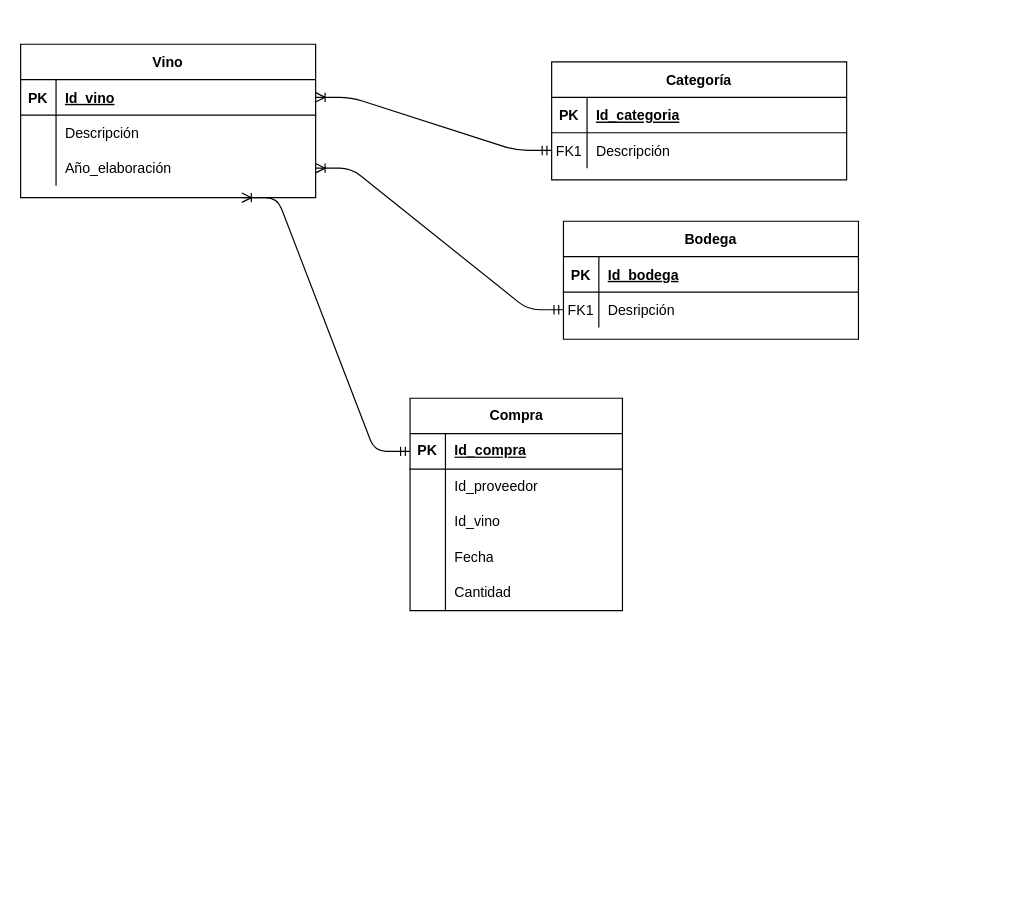
SamYuyita/Un-vino-ahora-gps keeps this draw.io diagram as Diagrama sin título.drawio. Above is the earlier version. Source tidied: cells renumbered, new cells numbered last; positions are measured from the earlier drawing's top-left corner, leaving out a move shared by most shapes. Both pictures are drawn from the tidied source at 118%, with x=0, y=0 at pixel (20, 44).
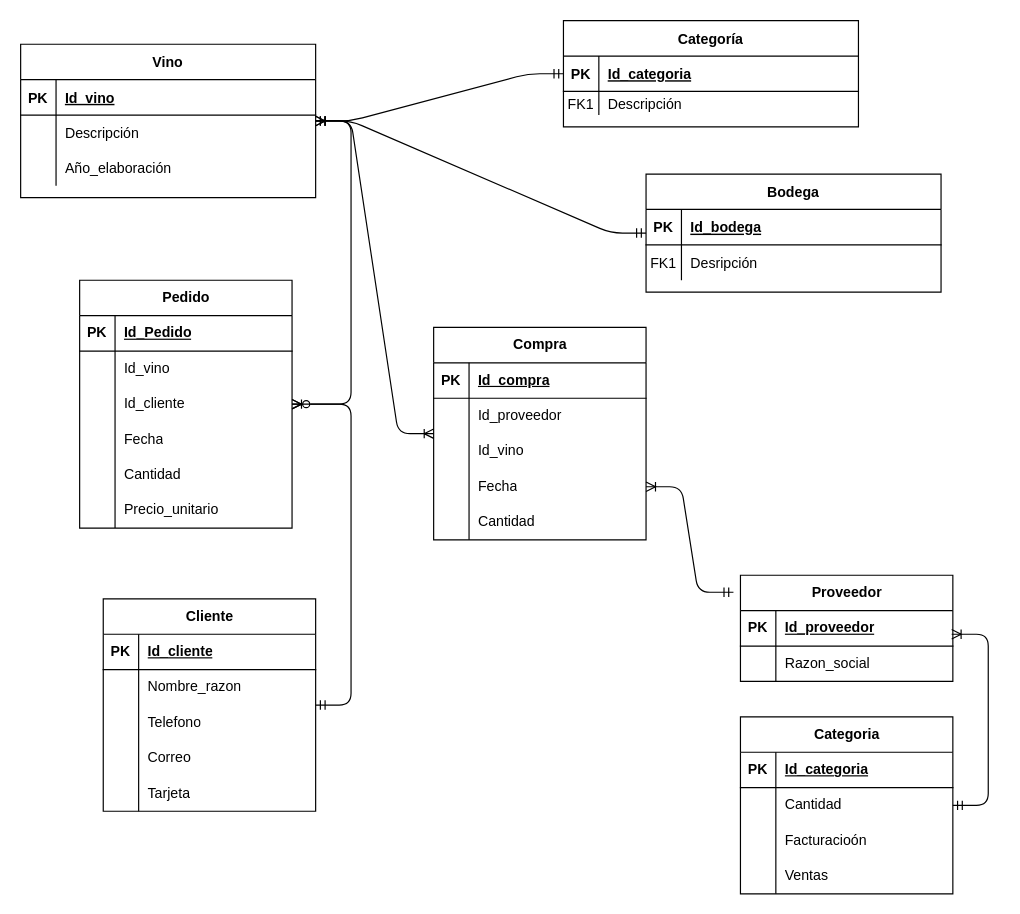
The same diagram, later.

Unchanged cells that the change refers to:
```xml
<mxCell id="15" style="shape=partialRectangle;fillColor=none;points=[[0,0.5],[1,0.5]];portConstraint=eastwest;top=0;left=0;right=0;bottom=0;" parent="11" vertex="1">
  <mxGeometry y="60" width="250" height="30" as="geometry" />
</mxCell>
<mxCell id="18" value="Vino" style="shape=table;startSize=30;childLayout=tableLayout;rowLines=0;fontStyle=1;align=center;" parent="1" vertex="1">
  <mxGeometry width="250" height="130" as="geometry" />
</mxCell>
<mxCell id="19" style="shape=partialRectangle;fillColor=none;points=[[0,0.5],[1,0.5]];portConstraint=eastwest;top=0;left=0;right=0;bottom=1;" parent="18" vertex="1">
  <mxGeometry y="30" width="250" height="30" as="geometry" />
</mxCell>
<mxCell id="25" style="shape=partialRectangle;fillColor=none;points=[[0,0.5],[1,0.5]];portConstraint=eastwest;top=0;left=0;right=0;bottom=0;" parent="18" vertex="1">
  <mxGeometry y="90" width="250" height="30" as="geometry" />
</mxCell>
<mxCell id="29" style="shape=tableRow;horizontal=0;startSize=0;swimlaneHead=0;swimlaneBody=0;fillColor=none;points=[[0,0.5],[1,0.5]];portConstraint=eastwest;top=0;left=0;right=0;bottom=1;" parent="28" vertex="1">
  <mxGeometry y="30" width="180" height="30" as="geometry" />
</mxCell>
<mxCell id="38" style="shape=tableRow;horizontal=0;startSize=0;swimlaneHead=0;swimlaneBody=0;fillColor=none;points=[[0,0.5],[1,0.5]];portConstraint=eastwest;top=0;left=0;right=0;bottom=0;" parent="28" vertex="1">
  <mxGeometry y="120" width="180" height="30" as="geometry" />
</mxCell>
```

What changed in the source:
```diff
@@
-    <mxCell id="2" style="edgeStyle=entityRelationEdgeStyle;endArrow=ERmandOne;startArrow=ERoneToMany;endFill=0;startFill=0;" parent="1" edge="1" source="19" target="8">
+    <mxCell id="2" style="edgeStyle=entityRelationEdgeStyle;endArrow=ERmandOne;startArrow=ERoneToMany;endFill=0;startFill=0;" parent="1" edge="1" source="18" target="4">
       <mxGeometry relative="1" as="geometry" />
     </mxCell>
-    <mxCell id="3" style="edgeStyle=entityRelationEdgeStyle;endArrow=ERmandOne;startArrow=ERoneToMany;endFill=0;startFill=0;exitX=1;exitY=0.5;exitDx=0;exitDy=0;" parent="1" edge="1" source="25" target="15">
+    <mxCell id="3" style="edgeStyle=entityRelationEdgeStyle;endArrow=ERmandOne;startArrow=ERoneToMany;endFill=0;startFill=0;" parent="1" edge="1" source="18" target="11">
       <mxGeometry relative="1" as="geometry">
         <Array as="points">
           <mxPoint x="370" y="190" />
         </Array>
       </mxGeometry>
     </mxCell>
     <mxCell id="4" value="Categoría" style="shape=table;startSize=30;childLayout=tableLayout;rowLines=0;fontStyle=1;align=center;" parent="1" vertex="1">
-      <mxGeometry x="450" y="15" width="250" height="100" as="geometry" />
+      <mxGeometry x="460" y="-20" width="250" height="90" as="geometry" />
     </mxCell>
@@
     <mxCell id="8" style="shape=partialRectangle;fillColor=none;points=[[0,0.5],[1,0.5]];portConstraint=eastwest;top=0;left=0;right=0;bottom=0;" parent="4" vertex="1">
-      <mxGeometry y="60" width="250" height="30" as="geometry" />
+      <mxGeometry y="60" width="250" height="20" as="geometry" />
     </mxCell>
     <mxCell id="9" value="FK1" style="shape=partialRectangle;overflow=hidden;fillColor=none;top=0;left=0;bottom=0;right=0;" parent="8" vertex="1">
-      <mxGeometry width="30" height="30" as="geometry" />
+      <mxGeometry width="30" height="20" as="geometry" />
     </mxCell>
     <mxCell id="10" value="Descripción" style="shape=partialRectangle;overflow=hidden;fillColor=none;top=0;left=0;bottom=0;right=0;align=left;spacingLeft=6;" parent="8" vertex="1">
-      <mxGeometry x="30" width="220" height="30" as="geometry" />
+      <mxGeometry x="30" width="220" height="20" as="geometry" />
     </mxCell>
     <mxCell id="11" value="Bodega" style="shape=table;startSize=30;childLayout=tableLayout;rowLines=0;fontStyle=1;align=center;" parent="1" vertex="1">
-      <mxGeometry x="460" y="150" width="250" height="100" as="geometry" />
+      <mxGeometry x="530" y="110" width="250" height="100" as="geometry" />
     </mxCell>
@@
     <mxCell id="28" value="Compra" style="shape=table;startSize=30;childLayout=tableLayout;rowLines=0;fontStyle=1;align=center;html=1;" parent="1" vertex="1">
-      <mxGeometry x="330" y="300" width="180" height="180" as="geometry" />
+      <mxGeometry x="350" y="240" width="180" height="180" as="geometry" />
     </mxCell>
@@
-    <mxCell id="44" style="edgeStyle=entityRelationEdgeStyle;endArrow=ERmandOne;startArrow=ERoneToMany;endFill=0;startFill=0;exitX=0.75;exitY=1;exitDx=0;exitDy=0;entryX=0;entryY=0.5;entryDx=0;entryDy=0;" parent="1" edge="1" source="18" target="29">
+    <mxCell id="44" style="edgeStyle=entityRelationEdgeStyle;endArrow=ERoneToMany;startArrow=ERmandOne;endFill=0;startFill=0;" parent="1" edge="1" source="18" target="28">
       <mxGeometry relative="1" as="geometry">
         <Array as="points">
+          <mxPoint x="180" y="210" />
+          <mxPoint x="200" y="170" />
           <mxPoint x="380" y="200" />
           <mxPoint x="350" y="280" />
         </Array>
       </mxGeometry>
     </mxCell>
+    <mxCell id="45" value="Proveedor" style="shape=table;startSize=30;childLayout=tableLayout;rowLines=0;fontStyle=1;align=center;html=1;" parent="1" vertex="1">
+      <mxGeometry x="610" y="450" width="180" height="90" as="geometry" />
+    </mxCell>
+    <mxCell id="46" style="shape=tableRow;horizontal=0;startSize=0;swimlaneHead=0;swimlaneBody=0;fillColor=none;top=0;left=0;right=0;bottom=1;" parent="45" vertex="1">
+      <mxGeometry y="30" width="180" height="30" as="geometry" />
+    </mxCell>
+    <mxCell id="47" value="PK" style="shape=partialRectangle;fillColor=none;top=0;left=0;bottom=0;right=0;fontStyle=1;overflow=hidden;whiteSpace=wrap;html=1;" parent="46" vertex="1">
+      <mxGeometry width="30" height="30" as="geometry" />
+    </mxCell>
+    <mxCell id="48" value="Id_proveedor" style="shape=partialRectangle;fillColor=none;top=0;left=0;bottom=0;right=0;align=left;spacingLeft=6;fontStyle=5;overflow=hidden;whiteSpace=wrap;html=1;" parent="46" vertex="1">
+      <mxGeometry x="30" width="150" height="30" as="geometry" />
+    </mxCell>
+    <mxCell id="49" style="shape=tableRow;horizontal=0;startSize=0;swimlaneHead=0;swimlaneBody=0;fillColor=none;top=0;left=0;right=0;bottom=0;" parent="45" vertex="1">
+      <mxGeometry y="60" width="180" height="30" as="geometry" />
+    </mxCell>
+    <mxCell id="50" style="shape=partialRectangle;fillColor=none;top=0;left=0;bottom=0;right=0;overflow=hidden;whiteSpace=wrap;html=1;" parent="49" vertex="1">
+      <mxGeometry width="30" height="30" as="geometry" />
+    </mxCell>
+    <mxCell id="51" value="Razon_social" style="shape=partialRectangle;fillColor=none;top=0;left=0;bottom=0;right=0;align=left;spacingLeft=6;overflow=hidden;whiteSpace=wrap;html=1;" parent="49" vertex="1">
+      <mxGeometry x="30" width="150" height="30" as="geometry" />
+    </mxCell>
+    <mxCell id="52" value="Categoria" style="shape=table;startSize=30;childLayout=tableLayout;rowLines=0;fontStyle=1;align=center;html=1;" parent="1" vertex="1">
+      <mxGeometry x="610" y="570" width="180" height="150" as="geometry" />
+    </mxCell>
+    <mxCell id="53" style="shape=tableRow;horizontal=0;startSize=0;swimlaneHead=0;swimlaneBody=0;fillColor=none;top=0;left=0;right=0;bottom=1;" parent="52" vertex="1">
+      <mxGeometry y="30" width="180" height="30" as="geometry" />
+    </mxCell>
+    <mxCell id="54" value="PK" style="shape=partialRectangle;fillColor=none;top=0;left=0;bottom=0;right=0;fontStyle=1;overflow=hidden;whiteSpace=wrap;html=1;" parent="53" vertex="1">
+      <mxGeometry width="30" height="30" as="geometry" />
+    </mxCell>
+    <mxCell id="55" value="Id_categoria" style="shape=partialRectangle;fillColor=none;top=0;left=0;bottom=0;right=0;align=left;spacingLeft=6;fontStyle=5;overflow=hidden;whiteSpace=wrap;html=1;" parent="53" vertex="1">
+      <mxGeometry x="30" width="150" height="30" as="geometry" />
+    </mxCell>
+    <mxCell id="56" style="shape=tableRow;horizontal=0;startSize=0;swimlaneHead=0;swimlaneBody=0;fillColor=none;top=0;left=0;right=0;bottom=0;" parent="52" vertex="1">
+      <mxGeometry y="60" width="180" height="30" as="geometry" />
+    </mxCell>
+    <mxCell id="57" style="shape=partialRectangle;fillColor=none;top=0;left=0;bottom=0;right=0;overflow=hidden;whiteSpace=wrap;html=1;" parent="56" vertex="1">
+      <mxGeometry width="30" height="30" as="geometry" />
+    </mxCell>
+    <mxCell id="58" value="Cantidad" style="shape=partialRectangle;fillColor=none;top=0;left=0;bottom=0;right=0;align=left;spacingLeft=6;overflow=hidden;whiteSpace=wrap;html=1;" parent="56" vertex="1">
+      <mxGeometry x="30" width="150" height="30" as="geometry" />
+    </mxCell>
+    <mxCell id="59" style="shape=tableRow;horizontal=0;startSize=0;swimlaneHead=0;swimlaneBody=0;fillColor=none;top=0;left=0;right=0;bottom=0;" parent="52" vertex="1">
+      <mxGeometry y="90" width="180" height="30" as="geometry" />
+    </mxCell>
+    <mxCell id="60" style="shape=partialRectangle;fillColor=none;top=0;left=0;bottom=0;right=0;overflow=hidden;whiteSpace=wrap;html=1;" parent="59" vertex="1">
+      <mxGeometry width="30" height="30" as="geometry" />
+    </mxCell>
+    <mxCell id="61" value="Facturacioón" style="shape=partialRectangle;fillColor=none;top=0;left=0;bottom=0;right=0;align=left;spacingLeft=6;overflow=hidden;whiteSpace=wrap;html=1;" parent="59" vertex="1">
+      <mxGeometry x="30" width="150" height="30" as="geometry" />
+    </mxCell>
+    <mxCell id="62" style="shape=tableRow;horizontal=0;startSize=0;swimlaneHead=0;swimlaneBody=0;fillColor=none;top=0;left=0;right=0;bottom=0;" parent="52" vertex="1">
+      <mxGeometry y="120" width="180" height="30" as="geometry" />
+    </mxCell>
+    <mxCell id="63" style="shape=partialRectangle;fillColor=none;top=0;left=0;bottom=0;right=0;overflow=hidden;whiteSpace=wrap;html=1;" parent="62" vertex="1">
+      <mxGeometry width="30" height="30" as="geometry" />
+    </mxCell>
+    <mxCell id="64" value="Ventas" style="shape=partialRectangle;fillColor=none;top=0;left=0;bottom=0;right=0;align=left;spacingLeft=6;overflow=hidden;whiteSpace=wrap;html=1;" parent="62" vertex="1">
+      <mxGeometry x="30" width="150" height="30" as="geometry" />
+    </mxCell>
+    <mxCell id="65" value="Pedido" style="shape=table;startSize=30;childLayout=tableLayout;rowLines=0;fontStyle=1;align=center;html=1;" parent="1" vertex="1">
+      <mxGeometry x="50" y="200" width="180" height="210" as="geometry" />
+    </mxCell>
+    <mxCell id="66" style="shape=tableRow;horizontal=0;startSize=0;swimlaneHead=0;swimlaneBody=0;fillColor=none;top=0;left=0;right=0;bottom=1;" parent="65" vertex="1">
+      <mxGeometry y="30" width="180" height="30" as="geometry" />
+    </mxCell>
+    <mxCell id="67" value="PK" style="shape=partialRectangle;fillColor=none;top=0;left=0;bottom=0;right=0;fontStyle=1;overflow=hidden;whiteSpace=wrap;html=1;" parent="66" vertex="1">
+      <mxGeometry width="30" height="30" as="geometry" />
+    </mxCell>
+    <mxCell id="68" value="Id_Pedido" style="shape=partialRectangle;fillColor=none;top=0;left=0;bottom=0;right=0;align=left;spacingLeft=6;fontStyle=5;overflow=hidden;whiteSpace=wrap;html=1;" parent="66" vertex="1">
+      <mxGeometry x="30" width="150" height="30" as="geometry" />
+    </mxCell>
+    <mxCell id="69" style="shape=tableRow;horizontal=0;startSize=0;swimlaneHead=0;swimlaneBody=0;fillColor=none;top=0;left=0;right=0;bottom=0;" parent="65" vertex="1">
+      <mxGeometry y="60" width="180" height="30" as="geometry" />
+    </mxCell>
+    <mxCell id="70" style="shape=partialRectangle;fillColor=none;top=0;left=0;bottom=0;right=0;overflow=hidden;whiteSpace=wrap;html=1;" parent="69" vertex="1">
+      <mxGeometry width="30" height="30" as="geometry" />
+    </mxCell>
+    <mxCell id="71" value="Id_vino" style="shape=partialRectangle;fillColor=none;top=0;left=0;bottom=0;right=0;align=left;spacingLeft=6;overflow=hidden;whiteSpace=wrap;html=1;" parent="69" vertex="1">
+      <mxGeometry x="30" width="150" height="30" as="geometry" />
+    </mxCell>
+    <mxCell id="72" style="shape=tableRow;horizontal=0;startSize=0;swimlaneHead=0;swimlaneBody=0;fillColor=none;top=0;left=0;right=0;bottom=0;" parent="65" vertex="1">
+      <mxGeometry y="90" width="180" height="30" as="geometry" />
+    </mxCell>
+    <mxCell id="73" style="shape=partialRectangle;fillColor=none;top=0;left=0;bottom=0;right=0;overflow=hidden;whiteSpace=wrap;html=1;" parent="72" vertex="1">
+      <mxGeometry width="30" height="30" as="geometry" />
+    </mxCell>
+    <mxCell id="74" value="Id_cliente" style="shape=partialRectangle;fillColor=none;top=0;left=0;bottom=0;right=0;align=left;spacingLeft=6;overflow=hidden;whiteSpace=wrap;html=1;" parent="72" vertex="1">
+      <mxGeometry x="30" width="150" height="30" as="geometry" />
+    </mxCell>
+    <mxCell id="75" style="shape=tableRow;horizontal=0;startSize=0;swimlaneHead=0;swimlaneBody=0;fillColor=none;top=0;left=0;right=0;bottom=0;" parent="65" vertex="1">
+      <mxGeometry y="120" width="180" height="30" as="geometry" />
+    </mxCell>
+    <mxCell id="76" style="shape=partialRectangle;fillColor=none;top=0;left=0;bottom=0;right=0;overflow=hidden;whiteSpace=wrap;html=1;" parent="75" vertex="1">
+      <mxGeometry width="30" height="30" as="geometry" />
+    </mxCell>
+    <mxCell id="77" value="Fecha" style="shape=partialRectangle;fillColor=none;top=0;left=0;bottom=0;right=0;align=left;spacingLeft=6;overflow=hidden;whiteSpace=wrap;html=1;" parent="75" vertex="1">
+      <mxGeometry x="30" width="150" height="30" as="geometry" />
+    </mxCell>
+    <mxCell id="78" style="shape=tableRow;horizontal=0;startSize=0;swimlaneHead=0;swimlaneBody=0;fillColor=none;top=0;left=0;right=0;bottom=0;" parent="65" vertex="1">
+      <mxGeometry y="150" width="180" height="30" as="geometry" />
+    </mxCell>
+    <mxCell id="79" style="shape=partialRectangle;fillColor=none;top=0;left=0;bottom=0;right=0;overflow=hidden;whiteSpace=wrap;html=1;" parent="78" vertex="1">
+      <mxGeometry width="30" height="30" as="geometry" />
+    </mxCell>
+    <mxCell id="80" value="Cantidad" style="shape=partialRectangle;fillColor=none;top=0;left=0;bottom=0;right=0;align=left;spacingLeft=6;overflow=hidden;whiteSpace=wrap;html=1;" parent="78" vertex="1">
+      <mxGeometry x="30" width="150" height="30" as="geometry" />
+    </mxCell>
+    <mxCell id="81" style="shape=tableRow;horizontal=0;startSize=0;swimlaneHead=0;swimlaneBody=0;fillColor=none;top=0;left=0;right=0;bottom=0;" parent="65" vertex="1">
+      <mxGeometry y="180" width="180" height="30" as="geometry" />
+    </mxCell>
+    <mxCell id="82" style="shape=partialRectangle;fillColor=none;top=0;left=0;bottom=0;right=0;overflow=hidden;whiteSpace=wrap;html=1;" parent="81" vertex="1">
+      <mxGeometry width="30" height="30" as="geometry" />
+    </mxCell>
+    <mxCell id="83" value="Precio_unitario" style="shape=partialRectangle;fillColor=none;top=0;left=0;bottom=0;right=0;align=left;spacingLeft=6;overflow=hidden;whiteSpace=wrap;html=1;" parent="81" vertex="1">
+      <mxGeometry x="30" width="150" height="30" as="geometry" />
+    </mxCell>
+    <mxCell id="84" value="Cliente" style="shape=table;startSize=30;childLayout=tableLayout;rowLines=0;fontStyle=1;align=center;html=1;" parent="1" vertex="1">
+      <mxGeometry x="70" y="470" width="180" height="180" as="geometry" />
+    </mxCell>
+    <mxCell id="85" style="shape=tableRow;horizontal=0;startSize=0;swimlaneHead=0;swimlaneBody=0;fillColor=none;top=0;left=0;right=0;bottom=1;" parent="84" vertex="1">
+      <mxGeometry y="30" width="180" height="30" as="geometry" />
+    </mxCell>
+    <mxCell id="86" value="PK" style="shape=partialRectangle;fillColor=none;top=0;left=0;bottom=0;right=0;fontStyle=1;overflow=hidden;whiteSpace=wrap;html=1;" parent="85" vertex="1">
+      <mxGeometry width="30" height="30" as="geometry" />
+    </mxCell>
+    <mxCell id="87" value="Id_cliente" style="shape=partialRectangle;fillColor=none;top=0;left=0;bottom=0;right=0;align=left;spacingLeft=6;fontStyle=5;overflow=hidden;whiteSpace=wrap;html=1;" parent="85" vertex="1">
+      <mxGeometry x="30" width="150" height="30" as="geometry" />
+    </mxCell>
+    <mxCell id="88" style="shape=tableRow;horizontal=0;startSize=0;swimlaneHead=0;swimlaneBody=0;fillColor=none;top=0;left=0;right=0;bottom=0;" parent="84" vertex="1">
+      <mxGeometry y="60" width="180" height="30" as="geometry" />
+    </mxCell>
+    <mxCell id="89" style="shape=partialRectangle;fillColor=none;top=0;left=0;bottom=0;right=0;overflow=hidden;whiteSpace=wrap;html=1;" parent="88" vertex="1">
+      <mxGeometry width="30" height="30" as="geometry" />
+    </mxCell>
+    <mxCell id="90" value="Nombre_razon" style="shape=partialRectangle;fillColor=none;top=0;left=0;bottom=0;right=0;align=left;spacingLeft=6;overflow=hidden;whiteSpace=wrap;html=1;" parent="88" vertex="1">
+      <mxGeometry x="30" width="150" height="30" as="geometry" />
+    </mxCell>
+    <mxCell id="91" style="shape=tableRow;horizontal=0;startSize=0;swimlaneHead=0;swimlaneBody=0;fillColor=none;top=0;left=0;right=0;bottom=0;" parent="84" vertex="1">
+      <mxGeometry y="90" width="180" height="30" as="geometry" />
+    </mxCell>
+    <mxCell id="92" style="shape=partialRectangle;fillColor=none;top=0;left=0;bottom=0;right=0;overflow=hidden;whiteSpace=wrap;html=1;" parent="91" vertex="1">
+      <mxGeometry width="30" height="30" as="geometry" />
+    </mxCell>
+    <mxCell id="93" value="Telefono" style="shape=partialRectangle;fillColor=none;top=0;left=0;bottom=0;right=0;align=left;spacingLeft=6;overflow=hidden;whiteSpace=wrap;html=1;" parent="91" vertex="1">
+      <mxGeometry x="30" width="150" height="30" as="geometry" />
+    </mxCell>
+    <mxCell id="94" style="shape=tableRow;horizontal=0;startSize=0;swimlaneHead=0;swimlaneBody=0;fillColor=none;top=0;left=0;right=0;bottom=0;" parent="84" vertex="1">
+      <mxGeometry y="120" width="180" height="30" as="geometry" />
+    </mxCell>
+    <mxCell id="95" style="shape=partialRectangle;fillColor=none;top=0;left=0;bottom=0;right=0;overflow=hidden;whiteSpace=wrap;html=1;" parent="94" vertex="1">
+      <mxGeometry width="30" height="30" as="geometry" />
+    </mxCell>
+    <mxCell id="96" value="Correo" style="shape=partialRectangle;fillColor=none;top=0;left=0;bottom=0;right=0;align=left;spacingLeft=6;overflow=hidden;whiteSpace=wrap;html=1;" parent="94" vertex="1">
+      <mxGeometry x="30" width="150" height="30" as="geometry" />
+    </mxCell>
+    <mxCell id="97" style="shape=tableRow;horizontal=0;startSize=0;swimlaneHead=0;swimlaneBody=0;fillColor=none;top=0;left=0;right=0;bottom=0;" parent="84" vertex="1">
+      <mxGeometry y="150" width="180" height="30" as="geometry" />
+    </mxCell>
+    <mxCell id="98" style="shape=partialRectangle;fillColor=none;top=0;left=0;bottom=0;right=0;overflow=hidden;whiteSpace=wrap;html=1;" parent="97" vertex="1">
+      <mxGeometry width="30" height="30" as="geometry" />
+    </mxCell>
+    <mxCell id="99" value="Tarjeta" style="shape=partialRectangle;fillColor=none;top=0;left=0;bottom=0;right=0;align=left;spacingLeft=6;overflow=hidden;whiteSpace=wrap;html=1;" parent="97" vertex="1">
+      <mxGeometry x="30" width="150" height="30" as="geometry" />
+    </mxCell>
+    <mxCell id="100" style="edgeStyle=entityRelationEdgeStyle;fontSize=12;html=1;endArrow=ERmandOne;startArrow=ERoneToMany;rounded=1;exitX=1;exitY=0.5;exitDx=0;exitDy=0;entryX=-0.033;entryY=0.16;entryDx=0;entryDy=0;entryPerimeter=0;endFill=0;startFill=0;curved=0;" parent="1" edge="1" source="38" target="45">
+      <mxGeometry relative="1" as="geometry" />
+    </mxCell>
+    <mxCell id="101" style="edgeStyle=entityRelationEdgeStyle;fontSize=12;html=1;endArrow=ERmandOne;startArrow=ERoneToMany;rounded=1;exitX=1.011;exitY=0.3;exitDx=0;exitDy=0;endFill=0;startFill=0;curved=0;exitPerimeter=0;" parent="1" edge="1" target="52">
+      <mxGeometry relative="1" as="geometry">
+        <mxPoint x="789" y="500" as="sourcePoint" />
+      </mxGeometry>
+    </mxCell>
+    <mxCell id="102" style="edgeStyle=entityRelationEdgeStyle;endArrow=ERoneToMany;startArrow=ERmandOne;endFill=0;startFill=0;" parent="1" edge="1" source="18" target="65">
+      <mxGeometry relative="1" as="geometry">
+        <Array as="points">
+          <mxPoint x="190" y="220" />
+          <mxPoint x="210" y="180" />
+          <mxPoint x="390" y="210" />
+          <mxPoint x="360" y="290" />
+        </Array>
+      </mxGeometry>
+    </mxCell>
+    <mxCell id="103" style="edgeStyle=entityRelationEdgeStyle;endArrow=ERmandOne;startArrow=ERzeroToMany;endFill=0;startFill=0;" parent="1" edge="1" source="65" target="84">
+      <mxGeometry relative="1" as="geometry">
+        <Array as="points">
+          <mxPoint x="220" y="495" />
+          <mxPoint x="240" y="455" />
+          <mxPoint x="420" y="485" />
+          <mxPoint x="390" y="565" />
+        </Array>
+      </mxGeometry>
+    </mxCell>
```
